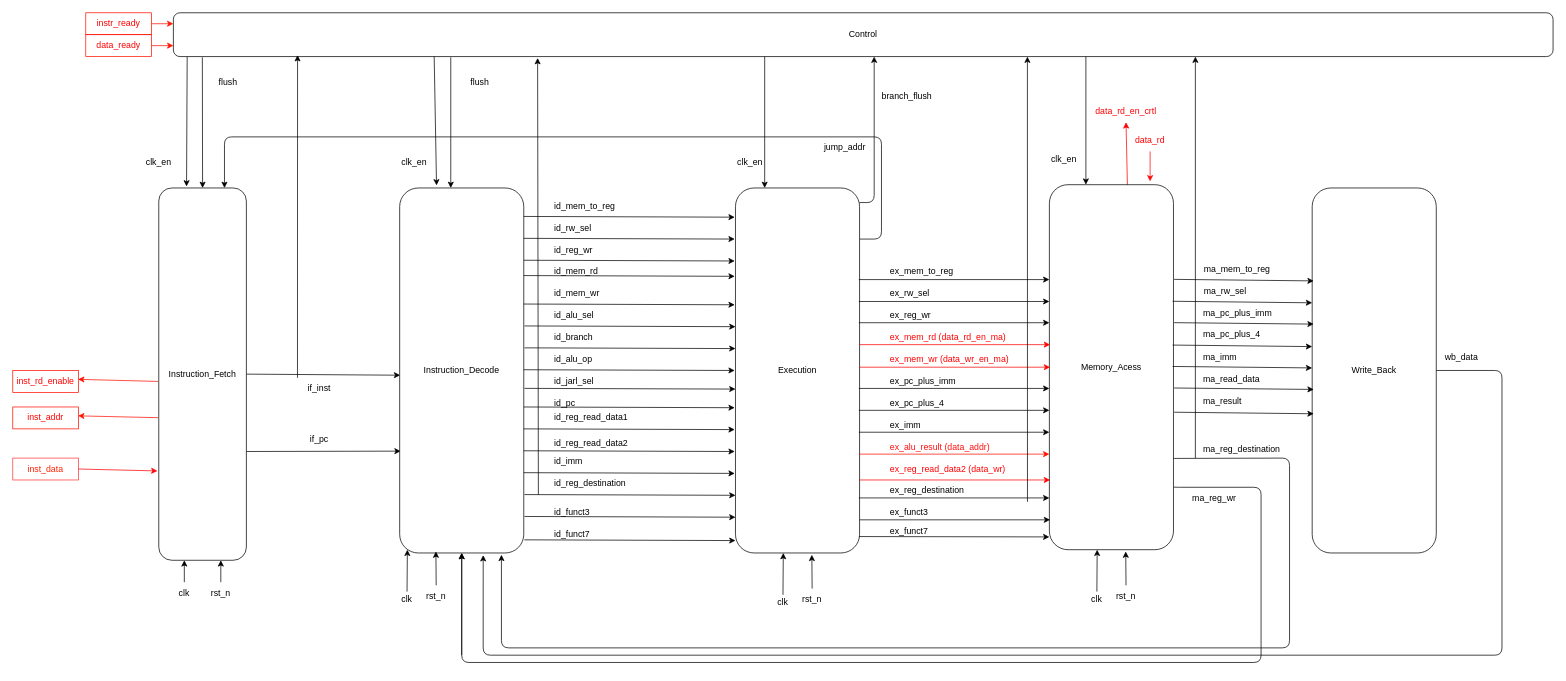
This is doc/figs/architecture_inner.drawio from S4nt1ag0/RISCV-RV32I, a draw.io file, before an edit. Source tidied: cells renumbered, new cells numbered last; positions are measured from the earlier drawing's top-left corner, leaving out a move shared by most shapes. Both pictures are drawn from the tidied source at 73%, with x=0, y=0 at pixel (12, 12).
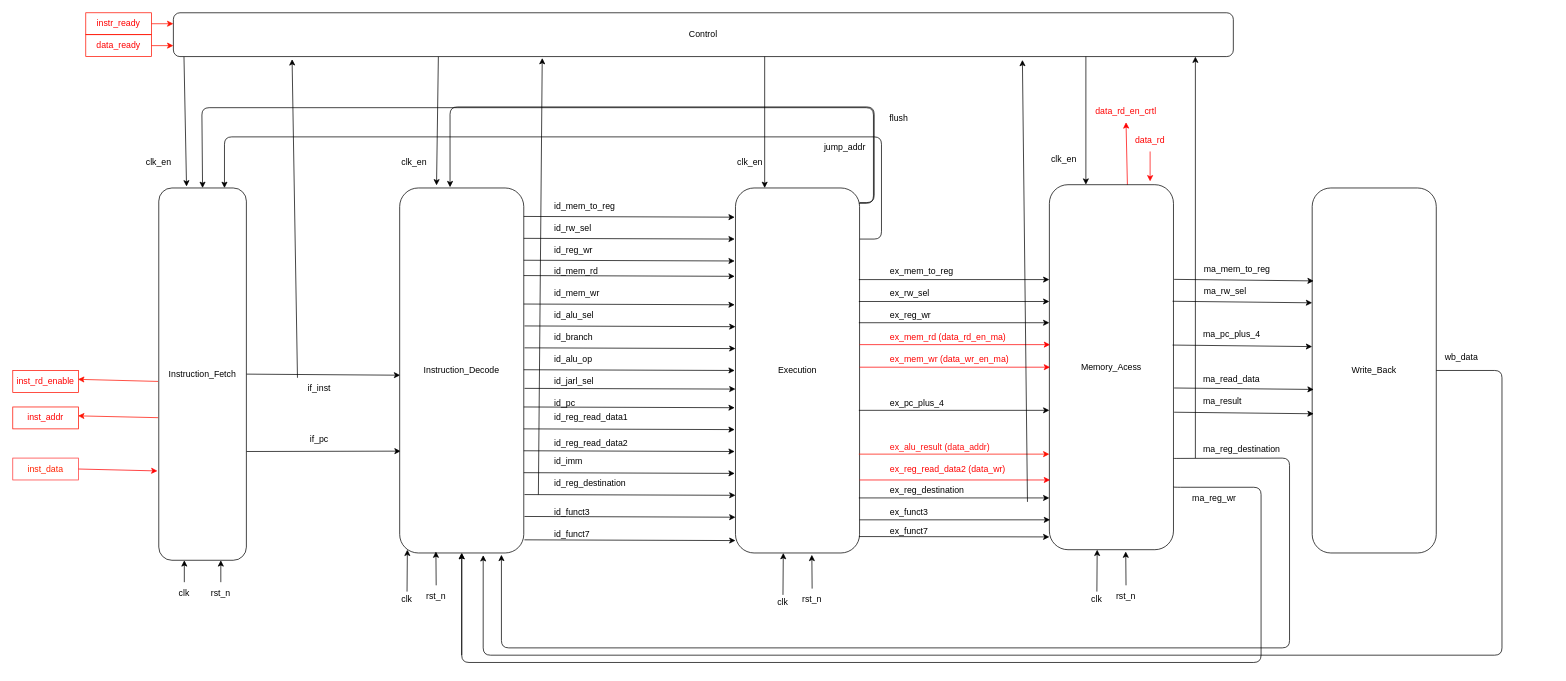
The same page after the edit.

The change refers to these unchanged cells:
```xml
<mxCell id="4" value="Instruction_Fetch" style="whiteSpace=wrap;html=1;rounded=1;" parent="1" vertex="1">
  <mxGeometry x="200" y="240" width="120" height="510" as="geometry" />
</mxCell>
<mxCell id="12" value="if_inst" style="text;strokeColor=none;align=center;fillColor=none;html=1;verticalAlign=middle;whiteSpace=wrap;rounded=0;" parent="1" vertex="1">
  <mxGeometry x="390" y="500" width="60" height="30" as="geometry" />
</mxCell>
<mxCell id="14" value="Instruction_Decode" style="whiteSpace=wrap;html=1;rounded=1;" parent="1" vertex="1">
  <mxGeometry x="530" y="240" width="170" height="500" as="geometry" />
</mxCell>
```

Change to the diagram source:
```diff
@@
-    <mxCell id="19" style="edgeStyle=none;html=1;exitX=0.189;exitY=0.933;exitDx=0;exitDy=0;entryX=0.297;entryY=-0.007;entryDx=0;entryDy=0;entryPerimeter=0;exitPerimeter=0;" parent="1" edge="1" source="59" target="14">
+    <mxCell id="19" style="edgeStyle=none;html=1;exitX=0.25;exitY=1;exitDx=0;exitDy=0;entryX=0.297;entryY=-0.007;entryDx=0;entryDy=0;entryPerimeter=0;" parent="1" edge="1" source="59" target="14">
       <mxGeometry relative="1" as="geometry" />
     </mxCell>
@@
-    <mxCell id="55" value="ex_pc_plus_imm" style="text;strokeColor=none;align=left;fillColor=none;html=1;verticalAlign=middle;whiteSpace=wrap;rounded=0;" parent="1" vertex="1">
-      <mxGeometry x="1200" y="490" width="95" height="30" as="geometry" />
-    </mxCell>
@@
-    <mxCell id="58" style="edgeStyle=none;html=1;exitX=0.021;exitY=1.017;exitDx=0;exitDy=0;entryX=0.5;entryY=0;entryDx=0;entryDy=0;exitPerimeter=0;" parent="1" edge="1" source="59" target="4">
-      <mxGeometry relative="1" as="geometry" />
-    </mxCell>
     <mxCell id="59" value="Control" style="whiteSpace=wrap;html=1;rounded=1;" parent="1" vertex="1">
-      <mxGeometry x="220" width="1890" height="60" as="geometry" />
+      <mxGeometry x="220" width="1452" height="60" as="geometry" />
     </mxCell>
-    <mxCell id="60" style="edgeStyle=none;jettySize=auto;html=1;entryX=0.09;entryY=0.967;entryDx=0;entryDy=0;entryPerimeter=0;exitX=0;exitY=0;exitDx=0;exitDy=0;" parent="1" edge="1" source="12" target="59">
+    <mxCell id="60" style="edgeStyle=none;jettySize=auto;html=1;entryX=0.112;entryY=1.06;entryDx=0;entryDy=0;entryPerimeter=0;exitX=0;exitY=0;exitDx=0;exitDy=0;" parent="1" edge="1" source="12" target="59">
       <mxGeometry relative="1" as="geometry" />
     </mxCell>
@@
-    <mxCell id="77" value="ex_imm" style="text;strokeColor=none;align=left;fillColor=none;html=1;verticalAlign=middle;whiteSpace=wrap;rounded=0;" parent="1" vertex="1">
-      <mxGeometry x="1200" y="550" width="60" height="30" as="geometry" />
-    </mxCell>
@@
-    <mxCell id="79" value="branch_flush" style="text;strokeColor=none;align=center;fillColor=none;html=1;verticalAlign=middle;whiteSpace=wrap;rounded=0;" parent="1" vertex="1">
-      <mxGeometry x="1180" y="100" width="90" height="30" as="geometry" />
-    </mxCell>
     <mxCell id="80" style="edgeStyle=orthogonalEdgeStyle;html=1;" parent="1" edge="1">
       <mxGeometry relative="1" as="geometry">
         <mxPoint x="1160" y="260" as="sourcePoint" />
-        <mxPoint x="1180" y="60" as="targetPoint" />
+        <mxPoint x="599" y="239" as="targetPoint" />
         <Array as="points">
           <mxPoint x="1180" y="260" />
-          <mxPoint x="1180" y="60" />
+          <mxPoint x="1180" y="129" />
+          <mxPoint x="599" y="129" />
         </Array>
       </mxGeometry>
     </mxCell>
-    <mxCell id="81" style="edgeStyle=none;jettySize=auto;html=1;entryX=0.264;entryY=1.033;entryDx=0;entryDy=0;entryPerimeter=0;" parent="1" edge="1" target="59">
+    <mxCell id="81" style="edgeStyle=none;jettySize=auto;html=1;entryX=0.348;entryY=1.033;entryDx=0;entryDy=0;entryPerimeter=0;" parent="1" edge="1" target="59">
       <mxGeometry relative="1" as="geometry">
         <mxPoint x="720" y="660" as="sourcePoint" />
       </mxGeometry>
     </mxCell>
@@
-    <mxCell id="96" value="ma_pc_plus_imm" style="text;strokeColor=none;align=left;fillColor=none;html=1;verticalAlign=middle;whiteSpace=wrap;rounded=0;" parent="1" vertex="1">
-      <mxGeometry x="1629" y="397.2" width="95" height="30" as="geometry" />
-    </mxCell>
@@
-    <mxCell id="99" value="ma_imm" style="text;strokeColor=none;align=left;fillColor=none;html=1;verticalAlign=middle;whiteSpace=wrap;rounded=0;" parent="1" vertex="1">
-      <mxGeometry x="1629" y="457.2" width="60" height="30" as="geometry" />
-    </mxCell>
@@
-    <mxCell id="105" style="edgeStyle=none;orthogonalLoop=1;jettySize=auto;html=1;exitX=0.995;exitY=0.955;exitDx=0;exitDy=0;exitPerimeter=0;" parent="1" edge="1">
-      <mxGeometry relative="1" as="geometry">
-        <mxPoint x="1159" y="574.6" as="sourcePoint" />
-        <mxPoint x="1420" y="574.6" as="targetPoint" />
-      </mxGeometry>
-    </mxCell>
@@
-    <mxCell id="107" style="edgeStyle=none;orthogonalLoop=1;jettySize=auto;html=1;exitX=0.995;exitY=0.955;exitDx=0;exitDy=0;exitPerimeter=0;" parent="1" edge="1">
-      <mxGeometry relative="1" as="geometry">
-        <mxPoint x="1159" y="514.6" as="sourcePoint" />
-        <mxPoint x="1420" y="514.6" as="targetPoint" />
-      </mxGeometry>
-    </mxCell>
@@
-    <mxCell id="117" style="edgeStyle=none;orthogonalLoop=1;jettySize=auto;html=1;exitX=1.003;exitY=0.239;exitDx=0;exitDy=0;exitPerimeter=0;entryX=0.01;entryY=0.234;entryDx=0;entryDy=0;entryPerimeter=0;" parent="1" edge="1">
-      <mxGeometry relative="1" as="geometry">
-        <mxPoint x="1590.9" y="424.5" as="sourcePoint" />
-        <mxPoint x="1782.1" y="426.5" as="targetPoint" />
-      </mxGeometry>
-    </mxCell>
@@
-    <mxCell id="119" style="edgeStyle=none;orthogonalLoop=1;jettySize=auto;html=1;exitX=1.003;exitY=0.239;exitDx=0;exitDy=0;exitPerimeter=0;entryX=0.01;entryY=0.234;entryDx=0;entryDy=0;entryPerimeter=0;" parent="1" edge="1">
-      <mxGeometry relative="1" as="geometry">
-        <mxPoint x="1588.8" y="484.5" as="sourcePoint" />
-        <mxPoint x="1780" y="486.5" as="targetPoint" />
-      </mxGeometry>
-    </mxCell>
@@
-    <mxCell id="135" value="flush" style="text;strokeColor=none;align=center;fillColor=none;html=1;verticalAlign=middle;whiteSpace=wrap;rounded=0;" parent="1" vertex="1">
-      <mxGeometry x="265" y="80" width="60" height="30" as="geometry" />
-    </mxCell>
-    <mxCell id="136" style="edgeStyle=none;html=1;exitX=0.021;exitY=1.017;exitDx=0;exitDy=0;entryX=0.5;entryY=0;entryDx=0;entryDy=0;exitPerimeter=0;" parent="1" edge="1">
-      <mxGeometry relative="1" as="geometry">
-        <mxPoint x="600" y="61" as="sourcePoint" />
-        <mxPoint x="600" y="240" as="targetPoint" />
-      </mxGeometry>
-    </mxCell>
     <mxCell id="137" value="flush" style="text;strokeColor=none;align=center;fillColor=none;html=1;verticalAlign=middle;whiteSpace=wrap;rounded=0;" parent="1" vertex="1">
-      <mxGeometry x="610" y="80" width="60" height="30" as="geometry" />
+      <mxGeometry x="1184" y="130" width="60" height="30" as="geometry" />
     </mxCell>
-    <mxCell id="138" style="edgeStyle=none;jettySize=auto;html=1;entryX=0.619;entryY=1;entryDx=0;entryDy=0;entryPerimeter=0;" parent="1" edge="1" target="59">
+    <mxCell id="138" style="edgeStyle=none;jettySize=auto;html=1;entryX=0.801;entryY=1.077;entryDx=0;entryDy=0;entryPerimeter=0;" parent="1" edge="1" target="59">
       <mxGeometry relative="1" as="geometry">
         <mxPoint x="1390" y="670" as="sourcePoint" />
       </mxGeometry>
     </mxCell>
@@
+    <mxCell id="141" style="edgeStyle=orthogonalEdgeStyle;html=1;entryX=0.5;entryY=0;entryDx=0;entryDy=0;" parent="1" edge="1" target="4">
+      <mxGeometry relative="1" as="geometry">
+        <mxPoint x="1159" y="261" as="sourcePoint" />
+        <Array as="points">
+          <mxPoint x="1179" y="261" />
+          <mxPoint x="1179" y="130" />
+          <mxPoint x="259" y="130" />
+        </Array>
+      </mxGeometry>
+    </mxCell>
```
